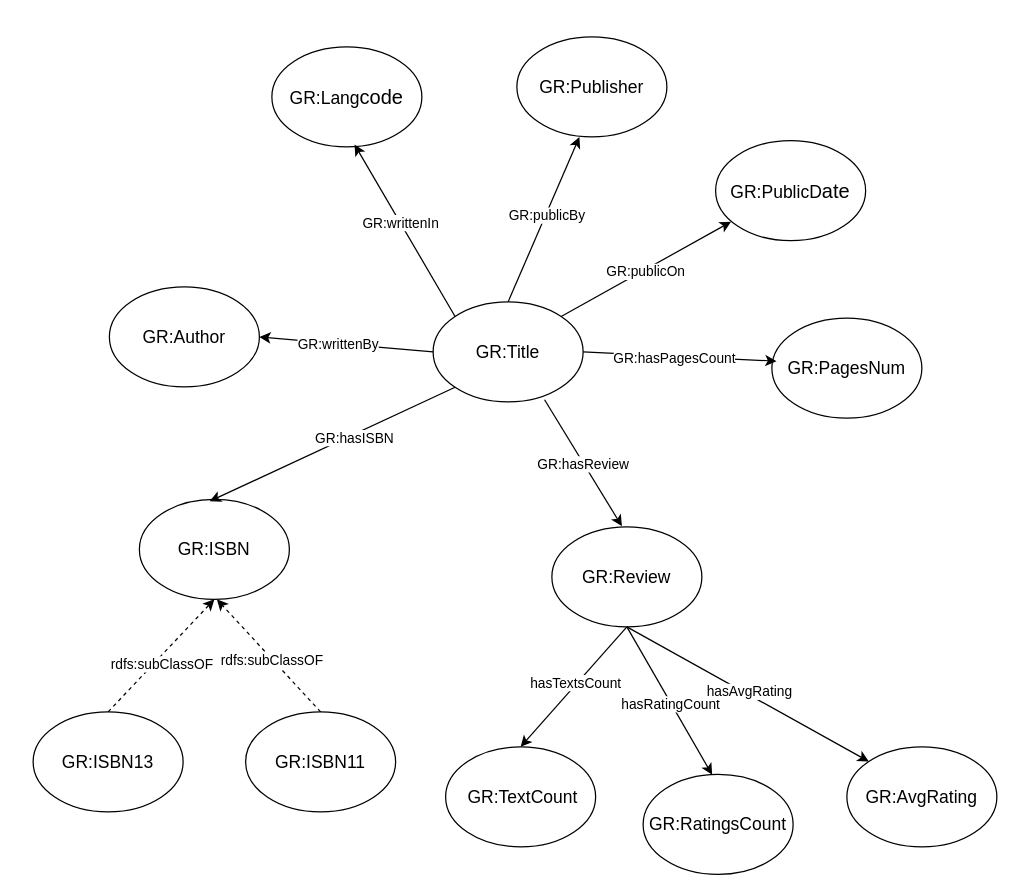
The draw.io diagram imgs/GR.drawio in Abyssalite/goodread-book-review, before the edit. Source tidied: cells renumbered, new cells numbered last; positions are measured from the earlier drawing's top-left corner, leaving out a move shared by most shapes. Both pictures are drawn from the tidied source at 125%, with x=0, y=0 at pixel (32, 36).
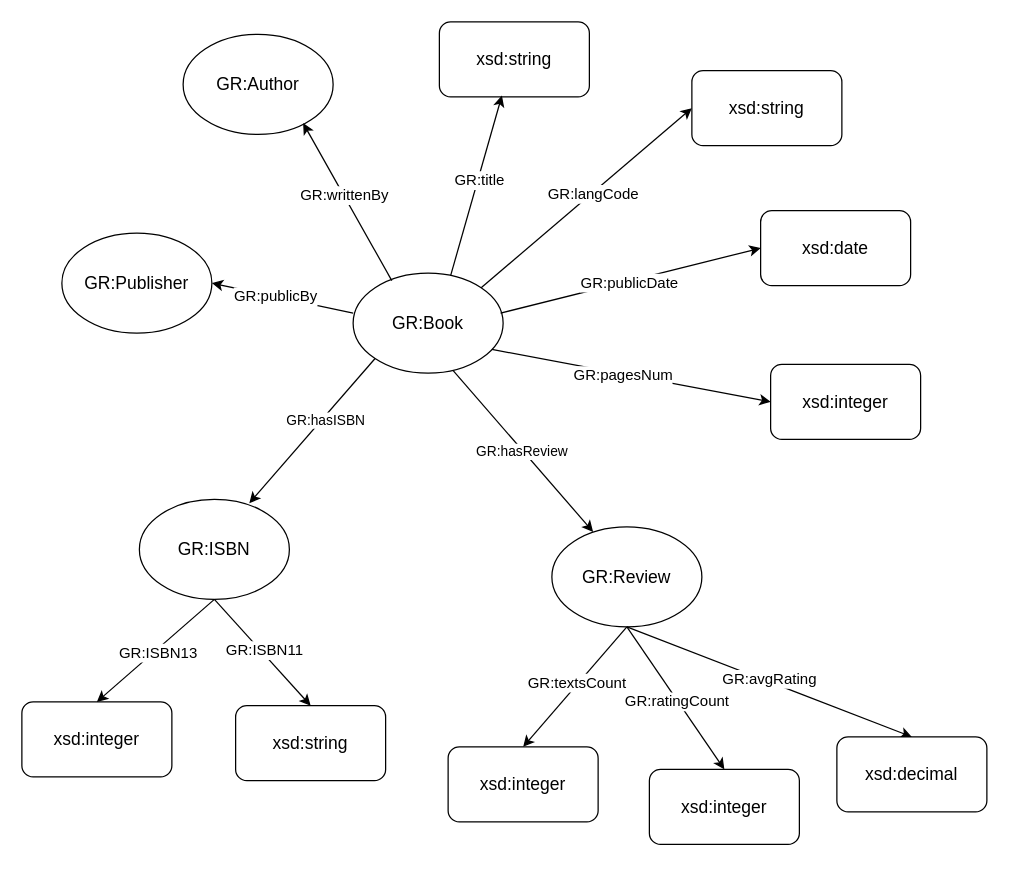
Above is the later version.

The change refers to these unchanged cells:
```xml
<mxCell id="4" value="&lt;font style=&quot;font-size: 14px;&quot;&gt;GR:Review&lt;/font&gt;" style="ellipse;whiteSpace=wrap;html=1;" parent="1" vertex="1">
  <mxGeometry x="415" y="392" width="120" height="80" as="geometry" />
</mxCell>
<mxCell id="8" value="&lt;font style=&quot;font-size: 14px;&quot;&gt;GR:ISBN&lt;/font&gt;" style="ellipse;whiteSpace=wrap;html=1;" parent="1" vertex="1">
  <mxGeometry x="85" y="370" width="120" height="80" as="geometry" />
</mxCell>
```

The edit, as a diff of the source:
```diff
@@
-    <mxCell id="2" value="&lt;font style=&quot;font-size: 14px;&quot;&gt;GR:Title&lt;/font&gt;" style="ellipse;whiteSpace=wrap;html=1;" parent="1" vertex="1">
-      <mxGeometry x="320" y="212" width="120" height="80" as="geometry" />
+    <mxCell id="2" value="&lt;font style=&quot;font-size: 14px;&quot;&gt;GR:Book&lt;/font&gt;" style="ellipse;whiteSpace=wrap;html=1;" parent="1" vertex="1">
+      <mxGeometry x="256" y="189" width="120" height="80" as="geometry" />
     </mxCell>
-    <mxCell id="3" value="&lt;font style=&quot;font-size: 14px;&quot;&gt;GR:Publisher&lt;/font&gt;" style="ellipse;whiteSpace=wrap;html=1;" parent="1" vertex="1">
-      <mxGeometry x="387" width="120" height="80" as="geometry" />
-    </mxCell>
@@
-    <mxCell id="5" value="&lt;font style=&quot;font-size: 14px;&quot;&gt;GR:Lang&lt;/font&gt;&lt;span style=&quot;font-size: medium; background-color: transparent; color: light-dark(rgb(0, 0, 0), rgb(255, 255, 255));&quot;&gt;code&lt;/span&gt;" style="ellipse;whiteSpace=wrap;html=1;" parent="1" vertex="1">
-      <mxGeometry x="191" y="8" width="120" height="80" as="geometry" />
+    <mxCell id="5" value="&lt;span style=&quot;font-size: 14px;&quot;&gt;GR:Author&lt;/span&gt;" style="ellipse;whiteSpace=wrap;html=1;" parent="1" vertex="1">
+      <mxGeometry x="120" y="-2" width="120" height="80" as="geometry" />
     </mxCell>
-    <mxCell id="6" value="&lt;font style=&quot;font-size: 14px;&quot;&gt;GR:ISBN11&lt;/font&gt;" style="ellipse;whiteSpace=wrap;html=1;" parent="1" vertex="1">
-      <mxGeometry x="170" y="540" width="120" height="80" as="geometry" />
-    </mxCell>
-    <mxCell id="7" value="&lt;font style=&quot;font-size: 14px;&quot;&gt;GR:ISBN13&lt;/font&gt;" style="ellipse;whiteSpace=wrap;html=1;" parent="1" vertex="1">
-      <mxGeometry y="540" width="120" height="80" as="geometry" />
-    </mxCell>
@@
-    <mxCell id="9" value="&lt;font style=&quot;font-size: 14px;&quot;&gt;GR:Author&lt;/font&gt;" style="ellipse;whiteSpace=wrap;html=1;" parent="1" vertex="1">
-      <mxGeometry x="61" y="200" width="120" height="80" as="geometry" />
+    <mxCell id="9" value="&lt;span style=&quot;font-size: 14px;&quot;&gt;GR:Publisher&lt;/span&gt;" style="ellipse;whiteSpace=wrap;html=1;" parent="1" vertex="1">
+      <mxGeometry x="23" y="157" width="120" height="80" as="geometry" />
     </mxCell>
-    <mxCell id="10" value="&lt;font style=&quot;font-size: 14px;&quot;&gt;&lt;font style=&quot;&quot;&gt;GR:Avg&lt;/font&gt;&lt;span style=&quot;background-color: transparent; color: light-dark(rgb(0, 0, 0), rgb(255, 255, 255));&quot;&gt;Rating&lt;/span&gt;&lt;/font&gt;" style="ellipse;whiteSpace=wrap;html=1;" parent="1" vertex="1">
-      <mxGeometry x="651" y="568" width="120" height="80" as="geometry" />
-    </mxCell>
-    <mxCell id="11" value="&lt;span style=&quot;font-size: 14px;&quot;&gt;GR:PagesNum&lt;/span&gt;" style="ellipse;whiteSpace=wrap;html=1;" parent="1" vertex="1">
-      <mxGeometry x="591" y="225" width="120" height="80" as="geometry" />
-    </mxCell>
-    <mxCell id="12" value="&lt;font style=&quot;font-size: 14px;&quot;&gt;&lt;font style=&quot;&quot;&gt;GR:RatingsC&lt;/font&gt;&lt;span style=&quot;background-color: transparent; color: light-dark(rgb(0, 0, 0), rgb(255, 255, 255));&quot;&gt;ount&lt;/span&gt;&lt;/font&gt;" style="ellipse;whiteSpace=wrap;html=1;" parent="1" vertex="1">
-      <mxGeometry x="488" y="590" width="120" height="80" as="geometry" />
-    </mxCell>
-    <mxCell id="13" value="&lt;font style=&quot;font-size: 14px;&quot;&gt;&amp;nbsp;GR:&lt;span style=&quot;background-color: transparent; color: light-dark(rgb(0, 0, 0), rgb(255, 255, 255));&quot;&gt;TextCount&lt;/span&gt;&lt;/font&gt;" style="ellipse;whiteSpace=wrap;html=1;" parent="1" vertex="1">
-      <mxGeometry x="330" y="568" width="120" height="80" as="geometry" />
-    </mxCell>
-    <mxCell id="14" value="&lt;font style=&quot;font-size: 14px;&quot;&gt;GR:PublicD&lt;/font&gt;&lt;span style=&quot;font-size: medium; background-color: transparent; color: light-dark(rgb(0, 0, 0), rgb(255, 255, 255));&quot;&gt;ate&lt;/span&gt;" style="ellipse;whiteSpace=wrap;html=1;" parent="1" vertex="1">
-      <mxGeometry x="546" y="83" width="120" height="80" as="geometry" />
-    </mxCell>
-    <mxCell id="15" style="endArrow=classic;html=1;rounded=0;exitX=0.5;exitY=0;exitDx=0;exitDy=0;entryX=0.5;entryY=1;entryDx=0;entryDy=0;dashed=1;" parent="1" edge="1" source="7" target="8">
-      <mxGeometry relative="1" as="geometry" />
-    </mxCell>
-    <mxCell id="16" value="rdfs:subClassOF" style="edgeLabel;html=1;align=center;verticalAlign=middle;" parent="15" vertex="1">
-      <mxGeometry x="-0.08" y="-4" relative="1" as="geometry" />
-    </mxCell>
-    <mxCell id="17" style="endArrow=classic;html=1;rounded=0;exitX=0.5;exitY=0;exitDx=0;exitDy=0;dashed=1;" parent="1" edge="1" source="6">
-      <mxGeometry relative="1" as="geometry">
-        <mxPoint x="147" y="450" as="targetPoint" />
-      </mxGeometry>
-    </mxCell>
-    <mxCell id="18" value="rdfs:subClassOF" style="edgeLabel;html=1;align=center;verticalAlign=middle;" parent="17" vertex="1">
-      <mxGeometry x="-0.07" y="1" relative="1" as="geometry" />
-    </mxCell>
-    <mxCell id="19" style="endArrow=classic;html=1;rounded=0;entryX=0.469;entryY=0.019;entryDx=0;entryDy=0;exitX=0;exitY=1;exitDx=0;exitDy=0;entryPerimeter=0;" parent="1" edge="1" source="2" target="8">
+    <mxCell id="19" style="endArrow=classic;html=1;rounded=0;entryX=0.733;entryY=0.038;entryDx=0;entryDy=0;exitX=0;exitY=1;exitDx=0;exitDy=0;entryPerimeter=0;" parent="1" edge="1" source="2" target="8">
       <mxGeometry relative="1" as="geometry" />
     </mxCell>
@@
-    <mxCell id="21" style="endArrow=classic;html=1;rounded=0;entryX=1;entryY=0.5;entryDx=0;entryDy=0;exitX=0;exitY=0.5;exitDx=0;exitDy=0;" parent="1" edge="1" source="2" target="9">
+    <mxCell id="21" style="endArrow=classic;html=1;rounded=0;entryX=1;entryY=0.5;entryDx=0;entryDy=0;exitX=0;exitY=0.4;exitDx=0;exitDy=0;exitPerimeter=0;" parent="1" edge="1" source="2" target="9">
       <mxGeometry relative="1" as="geometry" />
     </mxCell>
-    <mxCell id="22" value="GR:writtenBy" style="edgeLabel;html=1;align=center;verticalAlign=middle;" parent="21" vertex="1">
+    <mxCell id="22" value="&lt;font style=&quot;font-size: 12px;&quot;&gt;GR:publicBy&lt;/font&gt;" style="edgeLabel;html=1;align=center;verticalAlign=middle;" parent="21" vertex="1">
       <mxGeometry x="0.1" relative="1" as="geometry" />
     </mxCell>
-    <mxCell id="23" style="endArrow=classic;html=1;rounded=0;entryX=0.551;entryY=0.976;entryDx=0;entryDy=0;entryPerimeter=0;exitX=0;exitY=0;exitDx=0;exitDy=0;" parent="1" edge="1" source="2" target="5">
+    <mxCell id="23" style="endArrow=classic;html=1;rounded=0;entryX=0.8;entryY=0.888;entryDx=0;entryDy=0;exitX=0.258;exitY=0.075;exitDx=0;exitDy=0;exitPerimeter=0;entryPerimeter=0;" parent="1" edge="1" source="2" target="5">
       <mxGeometry relative="1" as="geometry" />
     </mxCell>
-    <mxCell id="24" value="GR:writtenIn" style="edgeLabel;html=1;align=center;verticalAlign=middle;" parent="23" vertex="1">
+    <mxCell id="24" value="&lt;font style=&quot;font-size: 12px;&quot;&gt;GR:writtenBy&lt;/font&gt;" style="edgeLabel;html=1;align=center;verticalAlign=middle;" parent="23" vertex="1">
       <mxGeometry x="0.09" relative="1" as="geometry" />
     </mxCell>
-    <mxCell id="25" style="endArrow=classic;html=1;rounded=0;entryX=0.417;entryY=1;entryDx=0;entryDy=0;entryPerimeter=0;exitX=0.5;exitY=0;exitDx=0;exitDy=0;" parent="1" edge="1" source="2" target="3">
+    <mxCell id="25" style="endArrow=classic;html=1;rounded=0;entryX=0;entryY=0.5;entryDx=0;entryDy=0;exitX=1;exitY=0;exitDx=0;exitDy=0;" parent="1" edge="1" source="2" target="39">
       <mxGeometry relative="1" as="geometry" />
     </mxCell>
-    <mxCell id="26" value="GR:publicBy" style="edgeLabel;html=1;align=center;verticalAlign=middle;" parent="25" vertex="1">
+    <mxCell id="26" value="&lt;font style=&quot;font-size: 12px;&quot;&gt;GR:langCode&lt;/font&gt;" style="edgeLabel;html=1;align=center;verticalAlign=middle;" parent="25" vertex="1">
       <mxGeometry x="0.05" y="-1" relative="1" as="geometry">
         <mxPoint y="-1" as="offset" />
       </mxGeometry>
     </mxCell>
-    <mxCell id="27" style="endArrow=classic;html=1;rounded=0;exitX=1;exitY=0;exitDx=0;exitDy=0;entryX=0.103;entryY=0.811;entryDx=0;entryDy=0;entryPerimeter=0;" parent="1" edge="1" source="2" target="14">
+    <mxCell id="27" style="endArrow=classic;html=1;rounded=0;exitX=0.983;exitY=0.4;exitDx=0;exitDy=0;entryX=0;entryY=0.5;entryDx=0;entryDy=0;exitPerimeter=0;" parent="1" edge="1" source="2" target="40">
       <mxGeometry relative="1" as="geometry" />
     </mxCell>
-    <mxCell id="28" value="GR:publicOn" style="edgeLabel;html=1;align=center;verticalAlign=middle;" parent="27" vertex="1">
+    <mxCell id="28" value="&lt;font style=&quot;font-size: 12px;&quot;&gt;GR:publicDate&lt;/font&gt;" style="edgeLabel;html=1;align=center;verticalAlign=middle;" parent="27" vertex="1">
       <mxGeometry x="-0.02" y="-1" relative="1" as="geometry" />
     </mxCell>
-    <mxCell id="29" style="endArrow=classic;html=1;rounded=0;entryX=0.031;entryY=0.43;entryDx=0;entryDy=0;exitX=1;exitY=0.5;exitDx=0;exitDy=0;entryPerimeter=0;" parent="1" edge="1" source="2" target="11">
+    <mxCell id="29" style="endArrow=classic;html=1;rounded=0;entryX=0;entryY=0.5;entryDx=0;entryDy=0;exitX=0.925;exitY=0.763;exitDx=0;exitDy=0;exitPerimeter=0;" parent="1" edge="1" source="2" target="41">
       <mxGeometry relative="1" as="geometry" />
     </mxCell>
-    <mxCell id="30" value="GR:hasPagesCount" style="edgeLabel;html=1;align=center;verticalAlign=middle;" parent="29" vertex="1">
+    <mxCell id="30" value="&lt;font style=&quot;font-size: 12px;&quot;&gt;GR:pagesNum&lt;/font&gt;" style="edgeLabel;html=1;align=center;verticalAlign=middle;" parent="29" vertex="1">
       <mxGeometry x="-0.06" y="-1" relative="1" as="geometry" />
     </mxCell>
-    <mxCell id="31" style="endArrow=classic;html=1;rounded=0;exitX=0.743;exitY=0.979;exitDx=0;exitDy=0;entryX=0.467;entryY=-0.006;entryDx=0;entryDy=0;exitPerimeter=0;entryPerimeter=0;" parent="1" edge="1" source="2" target="4">
+    <mxCell id="31" style="endArrow=classic;html=1;rounded=0;exitX=0.667;exitY=0.975;exitDx=0;exitDy=0;entryX=0.275;entryY=0.05;entryDx=0;entryDy=0;exitPerimeter=0;entryPerimeter=0;" parent="1" edge="1" source="2" target="4">
       <mxGeometry relative="1" as="geometry" />
     </mxCell>
@@
-    <mxCell id="33" style="endArrow=classic;html=1;rounded=0;exitX=0.5;exitY=1;exitDx=0;exitDy=0;entryX=0.5;entryY=0;entryDx=0;entryDy=0;" parent="1" edge="1" source="4" target="13">
+    <mxCell id="33" style="endArrow=classic;html=1;rounded=0;exitX=0.5;exitY=1;exitDx=0;exitDy=0;entryX=0.5;entryY=0;entryDx=0;entryDy=0;" parent="1" edge="1" source="4" target="43">
       <mxGeometry relative="1" as="geometry" />
     </mxCell>
-    <mxCell id="34" value="hasTextsCount" style="edgeLabel;html=1;align=center;verticalAlign=middle;" parent="33" vertex="1">
+    <mxCell id="34" value="&lt;font style=&quot;font-size: 12px;&quot;&gt;GR:textsCount&lt;/font&gt;" style="edgeLabel;html=1;align=center;verticalAlign=middle;" parent="33" vertex="1">
       <mxGeometry x="-0.05" y="-2" relative="1" as="geometry" />
     </mxCell>
-    <mxCell id="35" style="endArrow=classic;html=1;rounded=0;exitX=0.5;exitY=1;exitDx=0;exitDy=0;entryX=0.46;entryY=0.004;entryDx=0;entryDy=0;entryPerimeter=0;" parent="1" edge="1" source="4" target="12">
+    <mxCell id="35" style="endArrow=classic;html=1;rounded=0;exitX=0.5;exitY=1;exitDx=0;exitDy=0;entryX=0.5;entryY=0;entryDx=0;entryDy=0;" parent="1" edge="1" source="4" target="44">
       <mxGeometry relative="1" as="geometry" />
     </mxCell>
-    <mxCell id="36" value="hasRatingCount" style="edgeLabel;html=1;align=center;verticalAlign=middle;" parent="35" vertex="1">
+    <mxCell id="36" value="&lt;font style=&quot;font-size: 12px;&quot;&gt;GR:ratingCount&lt;/font&gt;" style="edgeLabel;html=1;align=center;verticalAlign=middle;" parent="35" vertex="1">
       <mxGeometry x="0.03" y="-1" relative="1" as="geometry" />
     </mxCell>
-    <mxCell id="37" style="endArrow=classic;html=1;rounded=0;exitX=0.5;exitY=1;exitDx=0;exitDy=0;entryX=0;entryY=0;entryDx=0;entryDy=0;" parent="1" edge="1" source="4" target="10">
+    <mxCell id="37" style="endArrow=classic;html=1;rounded=0;exitX=0.5;exitY=1;exitDx=0;exitDy=0;entryX=0.5;entryY=0;entryDx=0;entryDy=0;" parent="1" edge="1" source="4" target="42">
       <mxGeometry relative="1" as="geometry" />
     </mxCell>
-    <mxCell id="38" value="hasAvgRating" style="edgeLabel;html=1;align=center;verticalAlign=middle;" parent="37" vertex="1">
+    <mxCell id="38" value="&lt;font style=&quot;font-size: 12px;&quot;&gt;GR:avgRating&lt;/font&gt;" style="edgeLabel;html=1;align=center;verticalAlign=middle;" parent="37" vertex="1">
       <mxGeometry x="-0.01" y="2" relative="1" as="geometry" />
     </mxCell>
+    <mxCell id="39" value="&lt;font style=&quot;font-size: 14px;&quot;&gt;xsd:string&lt;/font&gt;" style="rounded=1;whiteSpace=wrap;html=1;" parent="1" vertex="1">
+      <mxGeometry x="527" y="27" width="120" height="60" as="geometry" />
+    </mxCell>
+    <mxCell id="40" value="&lt;table&gt;&lt;tbody&gt;&lt;tr&gt;&lt;td&gt;&lt;code&gt;&lt;font face=&quot;Helvetica&quot; style=&quot;font-size: 14px;&quot;&gt;xsd:date&lt;/font&gt;&lt;/code&gt;&lt;/td&gt;&lt;/tr&gt;&lt;/tbody&gt;&lt;/table&gt;" style="rounded=1;whiteSpace=wrap;html=1;" parent="1" vertex="1">
+      <mxGeometry x="582" y="139" width="120" height="60" as="geometry" />
+    </mxCell>
+    <mxCell id="41" value="&lt;span style=&quot;font-size: 14px;&quot;&gt;xsd:integer&lt;/span&gt;" style="rounded=1;whiteSpace=wrap;html=1;" parent="1" vertex="1">
+      <mxGeometry x="590" y="262" width="120" height="60" as="geometry" />
+    </mxCell>
+    <mxCell id="42" value="&lt;font style=&quot;font-size: 14px;&quot;&gt;xsd:decimal&lt;/font&gt;" style="rounded=1;whiteSpace=wrap;html=1;" parent="1" vertex="1">
+      <mxGeometry x="643" y="560" width="120" height="60" as="geometry" />
+    </mxCell>
+    <mxCell id="43" value="&lt;span style=&quot;font-size: 14px;&quot;&gt;xsd:integer&lt;/span&gt;" style="rounded=1;whiteSpace=wrap;html=1;" parent="1" vertex="1">
+      <mxGeometry x="332" y="568" width="120" height="60" as="geometry" />
+    </mxCell>
+    <mxCell id="44" value="&lt;span style=&quot;font-size: 14px;&quot;&gt;xsd:integer&lt;/span&gt;" style="rounded=1;whiteSpace=wrap;html=1;" parent="1" vertex="1">
+      <mxGeometry x="493" y="586" width="120" height="60" as="geometry" />
+    </mxCell>
+    <mxCell id="45" value="&lt;span style=&quot;font-size: 14px;&quot;&gt;xsd:integer&lt;/span&gt;" style="rounded=1;whiteSpace=wrap;html=1;" parent="1" vertex="1">
+      <mxGeometry x="-9" y="532" width="120" height="60" as="geometry" />
+    </mxCell>
+    <mxCell id="46" value="&lt;span style=&quot;font-size: 14px;&quot;&gt;xsd:string&lt;/span&gt;" style="rounded=1;whiteSpace=wrap;html=1;" parent="1" vertex="1">
+      <mxGeometry x="162" y="535" width="120" height="60" as="geometry" />
+    </mxCell>
+    <mxCell id="47" style="endArrow=classic;html=1;rounded=0;exitX=0.5;exitY=1;exitDx=0;exitDy=0;entryX=0.5;entryY=0;entryDx=0;entryDy=0;" parent="1" edge="1" source="8" target="46">
+      <mxGeometry relative="1" as="geometry" />
+    </mxCell>
+    <mxCell id="6" value="&lt;font style=&quot;font-size: 12px;&quot;&gt;GR:ISBN11&lt;/font&gt;" style="edgeLabel;html=1;align=center;verticalAlign=middle;points=[];" parent="47" vertex="1">
+      <mxGeometry x="-0.01" y="2" relative="1" as="geometry" />
+    </mxCell>
+    <mxCell id="48" style="endArrow=classic;html=1;rounded=0;exitX=0.5;exitY=1;exitDx=0;exitDy=0;entryX=0.5;entryY=0;entryDx=0;entryDy=0;" parent="1" edge="1" source="8" target="45">
+      <mxGeometry relative="1" as="geometry" />
+    </mxCell>
+    <mxCell id="7" value="&lt;font style=&quot;font-size: 12px;&quot;&gt;GR:ISBN13&lt;/font&gt;" style="edgeLabel;html=1;align=center;verticalAlign=middle;points=[];" parent="48" vertex="1">
+      <mxGeometry x="-0.01" y="2" relative="1" as="geometry" />
+    </mxCell>
+    <mxCell id="49" value="&lt;font style=&quot;font-size: 14px;&quot;&gt;xsd:string&lt;/font&gt;" style="rounded=1;whiteSpace=wrap;html=1;" parent="1" vertex="1">
+      <mxGeometry x="325" y="-12" width="120" height="60" as="geometry" />
+    </mxCell>
+    <mxCell id="50" style="endArrow=classic;html=1;rounded=0;entryX=0.417;entryY=0.983;entryDx=0;entryDy=0;exitX=0.65;exitY=0.025;exitDx=0;exitDy=0;exitPerimeter=0;entryPerimeter=0;" parent="1" edge="1" source="2" target="49">
+      <mxGeometry relative="1" as="geometry" />
+    </mxCell>
+    <mxCell id="51" value="&lt;font style=&quot;font-size: 12px;&quot;&gt;GR:title&lt;/font&gt;" style="edgeLabel;html=1;align=center;verticalAlign=middle;" parent="50" vertex="1">
+      <mxGeometry x="0.05" y="-1" relative="1" as="geometry">
+        <mxPoint y="-1" as="offset" />
+      </mxGeometry>
+    </mxCell>
```
